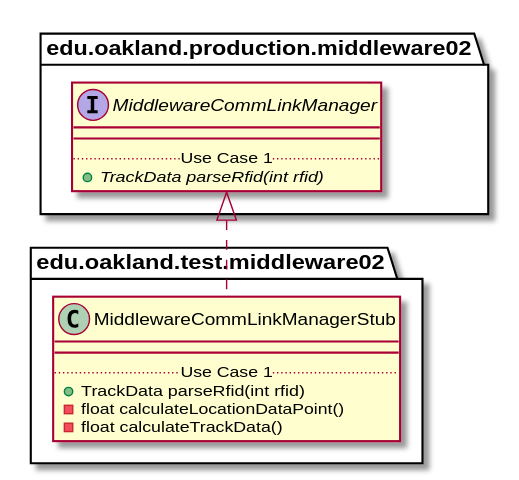
Above: docs/uml-class-diagrams/middleware02/test/MiddlewareCommLinkManagerStub/MiddlewareCommLinkManagerStub_Closure.svg in andrewdimmer/csi-3370-software-project (PlantUML), before the change.
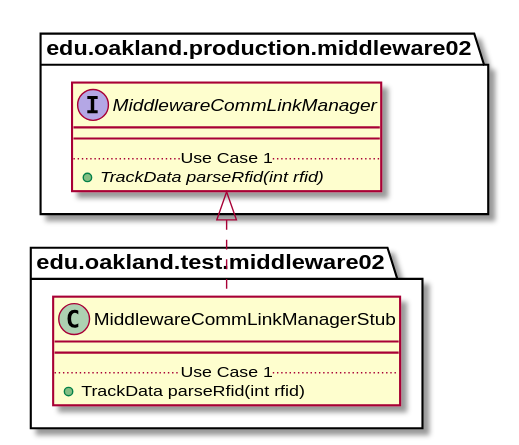
The same diagram one commit later.

Diff of the diagram source:
```diff
@@ -6,8 +6,6 @@
         __
         .. Use Case 1 ..
         + TrackData parseRfid(int rfid)
-        - float calculateLocationDataPoint()
-        - float calculateTrackData()
     }
 }
 
```
